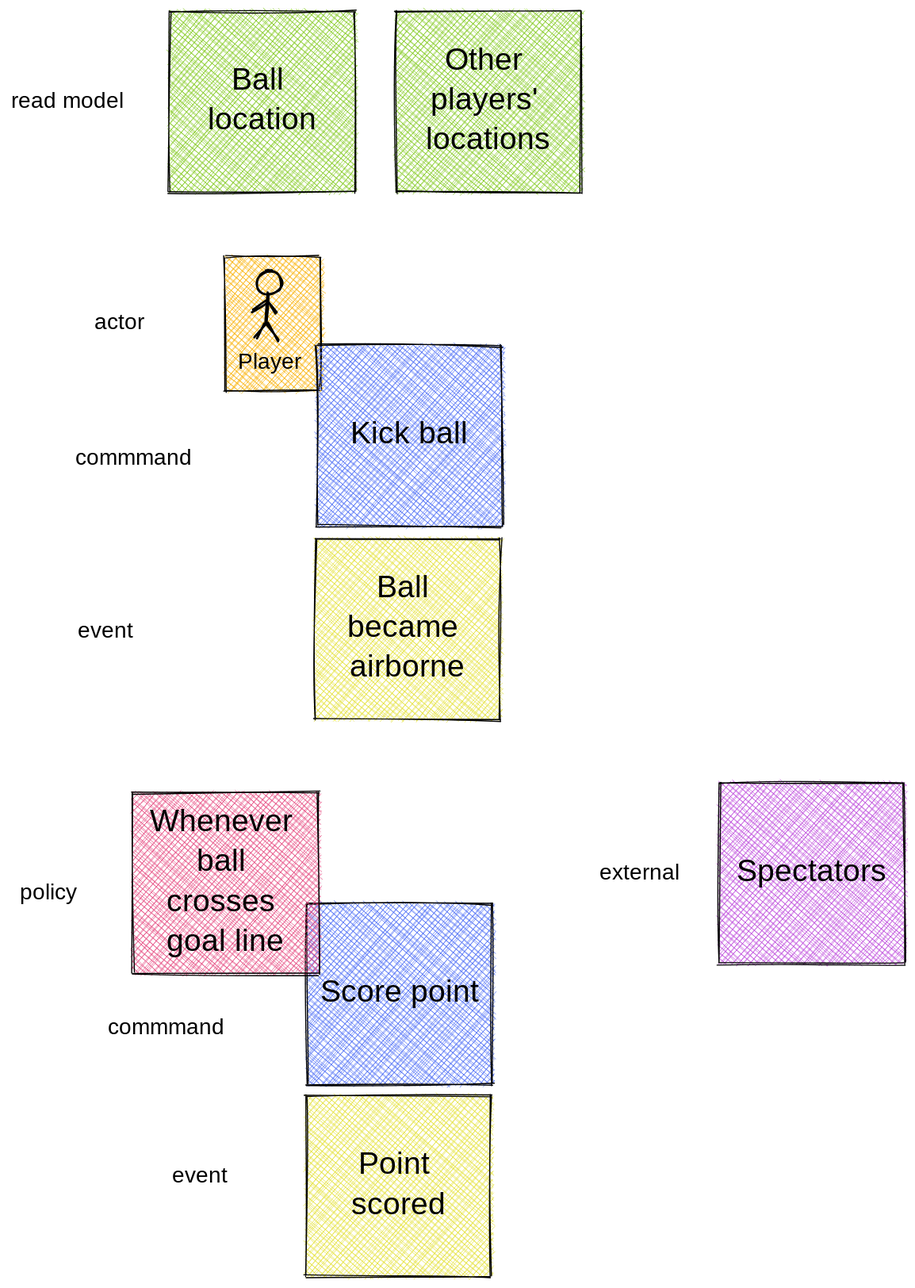
This is graphics/svg/event-storming-excalidraw.svg from jypma/LB3212-services, a Excalidraw export, as it was before one commit. Source tidied: one line per element, renumbered; positions are measured from the earlier drawing's top-left corner, leaving out a move shared by most shapes. The source it was exported from:
```json
{"id": 0, "type": "rectangle", "strokeColor": "#000000", "backgroundColor": "#fab005", "fillStyle": "cross-hatch", "strokeWidth": 1, "roughness": 1, "x": 193, "y": 221, "width": 86, "height": 121}
{"id": 1, "type": "rectangle", "strokeColor": "#000000", "backgroundColor": "#e4e138", "fillStyle": "cross-hatch", "strokeWidth": 1, "roughness": 1, "x": 274, "y": 475, "width": 167, "height": 163}
{"id": 2, "type": "text", "text": "Ball \nbecame \nairborne", "strokeColor": "#000000", "backgroundColor": "#fab005", "fillStyle": "cross-hatch", "strokeWidth": 1, "roughness": 1, "fontSize": 28, "fontFamily": 1, "textAlign": "center", "verticalAlign": "middle", "inside": 1, "x": 278, "y": 502, "width": 158, "height": 108}
{"id": 3, "type": "rectangle", "strokeColor": "#000000", "backgroundColor": "#4c6ef5", "fillStyle": "cross-hatch", "strokeWidth": 1, "roughness": 1, "x": 276, "y": 301, "width": 167, "height": 163}
{"id": 4, "type": "text", "text": "Kick ball", "strokeColor": "#000000", "backgroundColor": "#fab005", "fillStyle": "cross-hatch", "strokeWidth": 1, "roughness": 1, "fontSize": 28, "fontFamily": 1, "textAlign": "center", "verticalAlign": "middle", "inside": 3, "x": 302, "y": 364, "width": 115, "height": 36}
{"id": 5, "type": "ellipse", "strokeColor": "#000000", "strokeWidth": 2, "roughness": 1, "x": 221, "y": 234, "width": 23, "height": 21}
{"id": 6, "type": "line", "strokeColor": "#000000", "backgroundColor": "#ced4da", "fillStyle": "solid", "strokeWidth": 2, "roughness": 1, "x": 231, "y": 255, "width": 1, "height": 26, "points": [[0, 0], [-1, 26]]}
{"id": 7, "type": "line", "strokeColor": "#000000", "backgroundColor": "#ced4da", "fillStyle": "solid", "strokeWidth": 2, "roughness": 1, "x": 230, "y": 281, "width": 10, "height": 16, "points": [[0, 0], [10, 16]]}
{"id": 8, "type": "line", "strokeColor": "#000000", "backgroundColor": "#ced4da", "fillStyle": "solid", "strokeWidth": 2, "roughness": 1, "x": 229, "y": 281, "width": 10, "height": 14, "points": [[0, 0], [-10, 14]]}
{"id": 9, "type": "line", "strokeColor": "#000000", "backgroundColor": "#ced4da", "fillStyle": "solid", "strokeWidth": 2, "roughness": 1, "x": 217, "y": 270, "width": 13, "height": 9, "points": [[0, 0], [13, -9]]}
{"id": 10, "type": "line", "strokeColor": "#000000", "backgroundColor": "#ced4da", "fillStyle": "solid", "strokeWidth": 2, "roughness": 1, "x": 231, "y": 261, "width": 8, "height": 11, "points": [[0, 0], [8, 11]]}
{"id": 11, "type": "text", "text": "Player", "strokeColor": "#000000", "backgroundColor": "#e4e138", "fillStyle": "cross-hatch", "strokeWidth": 1, "roughness": 1, "fontSize": 20, "fontFamily": 1, "x": 204, "y": 304, "width": 63, "height": 26}
{"id": 12, "type": "rectangle", "strokeColor": "#000000", "backgroundColor": "#82c91e", "fillStyle": "cross-hatch", "strokeWidth": 1, "roughness": 1, "x": 142, "y": 0, "width": 167, "height": 163}
{"id": 13, "type": "text", "text": "Ball \nlocation", "strokeColor": "#000000", "backgroundColor": "#fab005", "fillStyle": "cross-hatch", "strokeWidth": 1, "roughness": 1, "fontSize": 28, "fontFamily": 1, "textAlign": "center", "verticalAlign": "middle", "inside": 12, "x": 172, "y": 46, "width": 108, "height": 72}
{"id": 14, "type": "rectangle", "strokeColor": "#000000", "backgroundColor": "#82c91e", "fillStyle": "cross-hatch", "strokeWidth": 1, "roughness": 1, "x": 346, "y": 0, "width": 167, "height": 163}
{"id": 15, "type": "text", "text": "Other \nplayers' \nlocations", "strokeColor": "#000000", "backgroundColor": "#fab005", "fillStyle": "cross-hatch", "strokeWidth": 1, "roughness": 1, "fontSize": 28, "fontFamily": 1, "textAlign": "center", "verticalAlign": "middle", "inside": 14, "x": 368, "y": 28, "width": 123, "height": 108}
{"id": 16, "type": "rectangle", "strokeColor": "#000000", "backgroundColor": "#be4bdb", "fillStyle": "cross-hatch", "strokeWidth": 1, "roughness": 1, "x": 638, "y": 695, "width": 167, "height": 163}
{"id": 17, "type": "rectangle", "strokeColor": "#000000", "backgroundColor": "#e4e138", "fillStyle": "cross-hatch", "strokeWidth": 1, "roughness": 1, "x": 266, "y": 977, "width": 167, "height": 163}
{"id": 18, "type": "text", "text": "Point \nscored", "strokeColor": "#000000", "backgroundColor": "#fab005", "fillStyle": "cross-hatch", "strokeWidth": 1, "roughness": 1, "fontSize": 28, "fontFamily": 1, "textAlign": "center", "verticalAlign": "middle", "inside": 17, "x": 304, "y": 1022, "width": 90, "height": 72}
{"id": 19, "type": "rectangle", "strokeColor": "#000000", "backgroundColor": "#4c6ef5", "fillStyle": "cross-hatch", "strokeWidth": 1, "roughness": 1, "x": 266, "y": 804, "width": 167, "height": 163}
{"id": 20, "type": "text", "text": "Score point", "strokeColor": "#000000", "backgroundColor": "#fab005", "fillStyle": "cross-hatch", "strokeWidth": 1, "roughness": 1, "fontSize": 28, "fontFamily": 1, "textAlign": "center", "verticalAlign": "middle", "inside": 19, "x": 273, "y": 868, "width": 154, "height": 36}
{"id": 21, "type": "rectangle", "strokeColor": "#000000", "backgroundColor": "#e64980", "fillStyle": "cross-hatch", "strokeWidth": 1, "roughness": 1, "x": 110, "y": 704, "width": 168, "height": 163}
{"id": 22, "type": "text", "text": "Spectators", "strokeColor": "#000000", "backgroundColor": "#fab005", "fillStyle": "cross-hatch", "strokeWidth": 1, "roughness": 1, "fontSize": 28, "fontFamily": 1, "textAlign": "center", "verticalAlign": "middle", "inside": 16, "x": 644, "y": 758, "width": 155, "height": 36}
{"id": 23, "type": "text", "text": "read model", "strokeColor": "#000000", "backgroundColor": "#be4bdb", "fillStyle": "cross-hatch", "strokeWidth": 1, "roughness": 1, "fontSize": 20, "fontFamily": 1, "x": 0, "y": 69, "width": 108, "height": 26}
{"id": 24, "type": "text", "text": "commmand", "strokeColor": "#000000", "backgroundColor": "#be4bdb", "fillStyle": "cross-hatch", "strokeWidth": 1, "roughness": 1, "fontSize": 20, "fontFamily": 1, "x": 58, "y": 390, "width": 95, "height": 26}
{"id": 25, "type": "text", "text": "commmand", "strokeColor": "#000000", "backgroundColor": "#be4bdb", "fillStyle": "cross-hatch", "strokeWidth": 1, "roughness": 1, "fontSize": 20, "fontFamily": 1, "x": 87, "y": 903, "width": 95, "height": 26}
{"id": 26, "type": "text", "text": "event", "strokeColor": "#000000", "backgroundColor": "#be4bdb", "fillStyle": "cross-hatch", "strokeWidth": 1, "roughness": 1, "fontSize": 20, "fontFamily": 1, "x": 60, "y": 546, "width": 55, "height": 26}
{"id": 27, "type": "text", "text": "external", "strokeColor": "#000000", "backgroundColor": "#be4bdb", "fillStyle": "cross-hatch", "strokeWidth": 1, "roughness": 1, "fontSize": 20, "fontFamily": 1, "x": 530, "y": 764, "width": 83, "height": 26}
{"id": 28, "type": "text", "text": "actor", "strokeColor": "#000000", "backgroundColor": "#be4bdb", "fillStyle": "cross-hatch", "strokeWidth": 1, "roughness": 1, "fontSize": 20, "fontFamily": 1, "x": 75, "y": 268, "width": 56, "height": 26}
{"id": 29, "type": "text", "text": "event", "strokeColor": "#000000", "backgroundColor": "#be4bdb", "fillStyle": "cross-hatch", "strokeWidth": 1, "roughness": 1, "fontSize": 20, "fontFamily": 1, "x": 145, "y": 1037, "width": 55, "height": 26}
{"id": 30, "type": "text", "text": "policy", "strokeColor": "#000000", "backgroundColor": "#be4bdb", "fillStyle": "cross-hatch", "strokeWidth": 1, "roughness": 1, "fontSize": 20, "fontFamily": 1, "x": 8, "y": 782, "width": 52, "height": 26}
{"id": 31, "type": "text", "text": "Whenever \nball \ncrosses \ngoal line", "strokeColor": "#000000", "backgroundColor": "#fab005", "fillStyle": "cross-hatch", "strokeWidth": 1, "roughness": 1, "fontSize": 28, "fontFamily": 1, "textAlign": "center", "verticalAlign": "middle", "inside": 21, "x": 126, "y": 714, "width": 135, "height": 144}
```
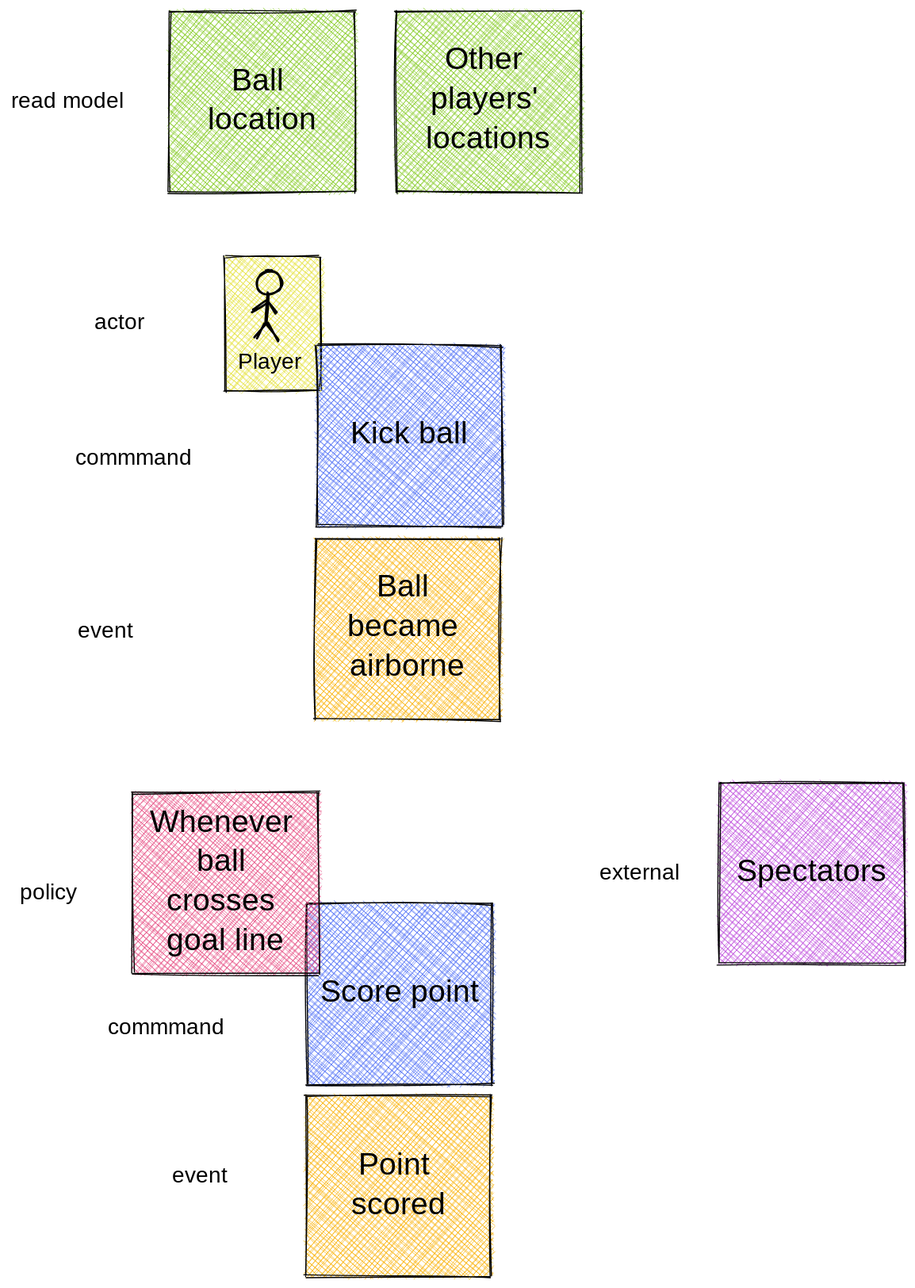
After the change.

Commit message:
Fix colors on event storming example

To match practical post-it colors

Diff of the diagram source:
```diff
@@ -1,6 +1,6 @@
-{"id": 0, "type": "rectangle", "strokeColor": "#000000", "backgroundColor": "#fab005", "fillStyle": "cross-hatch", "strokeWidth": 1, "roughness": 1, "x": 193, "y": 221, "width": 86, "height": 121}
+{"id": 0, "type": "rectangle", "strokeColor": "#000000", "backgroundColor": "#e4e138", "fillStyle": "cross-hatch", "strokeWidth": 1, "roughness": 1, "x": 193, "y": 221, "width": 86, "height": 121}
-{"id": 1, "type": "rectangle", "strokeColor": "#000000", "backgroundColor": "#e4e138", "fillStyle": "cross-hatch", "strokeWidth": 1, "roughness": 1, "x": 274, "y": 475, "width": 167, "height": 163}
+{"id": 1, "type": "rectangle", "strokeColor": "#000000", "backgroundColor": "#fab005", "fillStyle": "cross-hatch", "strokeWidth": 1, "roughness": 1, "x": 274, "y": 475, "width": 167, "height": 163}
-{"id": 2, "type": "text", "text": "Ball \nbecame \nairborne", "strokeColor": "#000000", "backgroundColor": "#fab005", "fillStyle": "cross-hatch", "strokeWidth": 1, "roughness": 1, "fontSize": 28, "fontFamily": 1, "textAlign": "center", "verticalAlign": "middle", "inside": 1, "x": 278, "y": 502, "width": 158, "height": 108}
+{"id": 2, "type": "text", "text": "Ball \nbecame \nairborne", "strokeColor": "#000000", "backgroundColor": "#fab005", "fillStyle": "cross-hatch", "strokeWidth": 1, "roughness": 1, "fontSize": 28, "fontFamily": 1, "textAlign": "center", "verticalAlign": "middle", "inside": 1, "x": 302, "y": 502, "width": 110, "height": 107}
 {"id": 3, "type": "rectangle", "strokeColor": "#000000", "backgroundColor": "#4c6ef5", "fillStyle": "cross-hatch", "strokeWidth": 1, "roughness": 1, "x": 276, "y": 301, "width": 167, "height": 163}
 {"id": 4, "type": "text", "text": "Kick ball", "strokeColor": "#000000", "backgroundColor": "#fab005", "fillStyle": "cross-hatch", "strokeWidth": 1, "roughness": 1, "fontSize": 28, "fontFamily": 1, "textAlign": "center", "verticalAlign": "middle", "inside": 3, "x": 302, "y": 364, "width": 115, "height": 36}
 {"id": 5, "type": "ellipse", "strokeColor": "#000000", "strokeWidth": 2, "roughness": 1, "x": 221, "y": 234, "width": 23, "height": 21}
@@ -11,12 +11,12 @@
 {"id": 10, "type": "line", "strokeColor": "#000000", "backgroundColor": "#ced4da", "fillStyle": "solid", "strokeWidth": 2, "roughness": 1, "x": 231, "y": 261, "width": 8, "height": 11, "points": [[0, 0], [8, 11]]}
 {"id": 11, "type": "text", "text": "Player", "strokeColor": "#000000", "backgroundColor": "#e4e138", "fillStyle": "cross-hatch", "strokeWidth": 1, "roughness": 1, "fontSize": 20, "fontFamily": 1, "x": 204, "y": 304, "width": 63, "height": 26}
 {"id": 12, "type": "rectangle", "strokeColor": "#000000", "backgroundColor": "#82c91e", "fillStyle": "cross-hatch", "strokeWidth": 1, "roughness": 1, "x": 142, "y": 0, "width": 167, "height": 163}
-{"id": 13, "type": "text", "text": "Ball \nlocation", "strokeColor": "#000000", "backgroundColor": "#fab005", "fillStyle": "cross-hatch", "strokeWidth": 1, "roughness": 1, "fontSize": 28, "fontFamily": 1, "textAlign": "center", "verticalAlign": "middle", "inside": 12, "x": 172, "y": 46, "width": 108, "height": 72}
+{"id": 13, "type": "text", "text": "Ball \nlocation", "strokeColor": "#000000", "backgroundColor": "#fab005", "fillStyle": "cross-hatch", "strokeWidth": 1, "roughness": 1, "fontSize": 28, "fontFamily": 1, "textAlign": "center", "verticalAlign": "middle", "inside": 12, "x": 172, "y": 46, "width": 108, "height": 71}
 {"id": 14, "type": "rectangle", "strokeColor": "#000000", "backgroundColor": "#82c91e", "fillStyle": "cross-hatch", "strokeWidth": 1, "roughness": 1, "x": 346, "y": 0, "width": 167, "height": 163}
-{"id": 15, "type": "text", "text": "Other \nplayers' \nlocations", "strokeColor": "#000000", "backgroundColor": "#fab005", "fillStyle": "cross-hatch", "strokeWidth": 1, "roughness": 1, "fontSize": 28, "fontFamily": 1, "textAlign": "center", "verticalAlign": "middle", "inside": 14, "x": 368, "y": 28, "width": 123, "height": 108}
+{"id": 15, "type": "text", "text": "Other \nplayers' \nlocations", "strokeColor": "#000000", "backgroundColor": "#fab005", "fillStyle": "cross-hatch", "strokeWidth": 1, "roughness": 1, "fontSize": 28, "fontFamily": 1, "textAlign": "center", "verticalAlign": "middle", "inside": 14, "x": 368, "y": 28, "width": 123, "height": 107}
 {"id": 16, "type": "rectangle", "strokeColor": "#000000", "backgroundColor": "#be4bdb", "fillStyle": "cross-hatch", "strokeWidth": 1, "roughness": 1, "x": 638, "y": 695, "width": 167, "height": 163}
-{"id": 17, "type": "rectangle", "strokeColor": "#000000", "backgroundColor": "#e4e138", "fillStyle": "cross-hatch", "strokeWidth": 1, "roughness": 1, "x": 266, "y": 977, "width": 167, "height": 163}
+{"id": 17, "type": "rectangle", "strokeColor": "#000000", "backgroundColor": "#fab005", "fillStyle": "cross-hatch", "strokeWidth": 1, "roughness": 1, "x": 266, "y": 977, "width": 167, "height": 163}
-{"id": 18, "type": "text", "text": "Point \nscored", "strokeColor": "#000000", "backgroundColor": "#fab005", "fillStyle": "cross-hatch", "strokeWidth": 1, "roughness": 1, "fontSize": 28, "fontFamily": 1, "textAlign": "center", "verticalAlign": "middle", "inside": 17, "x": 304, "y": 1022, "width": 90, "height": 72}
+{"id": 18, "type": "text", "text": "Point \nscored", "strokeColor": "#000000", "backgroundColor": "#fab005", "fillStyle": "cross-hatch", "strokeWidth": 1, "roughness": 1, "fontSize": 28, "fontFamily": 1, "textAlign": "center", "verticalAlign": "middle", "inside": 17, "x": 304, "y": 1022, "width": 90, "height": 71}
 {"id": 19, "type": "rectangle", "strokeColor": "#000000", "backgroundColor": "#4c6ef5", "fillStyle": "cross-hatch", "strokeWidth": 1, "roughness": 1, "x": 266, "y": 804, "width": 167, "height": 163}
 {"id": 20, "type": "text", "text": "Score point", "strokeColor": "#000000", "backgroundColor": "#fab005", "fillStyle": "cross-hatch", "strokeWidth": 1, "roughness": 1, "fontSize": 28, "fontFamily": 1, "textAlign": "center", "verticalAlign": "middle", "inside": 19, "x": 273, "y": 868, "width": 154, "height": 36}
 {"id": 21, "type": "rectangle", "strokeColor": "#000000", "backgroundColor": "#e64980", "fillStyle": "cross-hatch", "strokeWidth": 1, "roughness": 1, "x": 110, "y": 704, "width": 168, "height": 163}
@@ -29,4 +29,4 @@
 {"id": 28, "type": "text", "text": "actor", "strokeColor": "#000000", "backgroundColor": "#be4bdb", "fillStyle": "cross-hatch", "strokeWidth": 1, "roughness": 1, "fontSize": 20, "fontFamily": 1, "x": 75, "y": 268, "width": 56, "height": 26}
 {"id": 29, "type": "text", "text": "event", "strokeColor": "#000000", "backgroundColor": "#be4bdb", "fillStyle": "cross-hatch", "strokeWidth": 1, "roughness": 1, "fontSize": 20, "fontFamily": 1, "x": 145, "y": 1037, "width": 55, "height": 26}
 {"id": 30, "type": "text", "text": "policy", "strokeColor": "#000000", "backgroundColor": "#be4bdb", "fillStyle": "cross-hatch", "strokeWidth": 1, "roughness": 1, "fontSize": 20, "fontFamily": 1, "x": 8, "y": 782, "width": 52, "height": 26}
-{"id": 31, "type": "text", "text": "Whenever \nball \ncrosses \ngoal line", "strokeColor": "#000000", "backgroundColor": "#fab005", "fillStyle": "cross-hatch", "strokeWidth": 1, "roughness": 1, "fontSize": 28, "fontFamily": 1, "textAlign": "center", "verticalAlign": "middle", "inside": 21, "x": 126, "y": 714, "width": 135, "height": 144}
+{"id": 31, "type": "text", "text": "Whenever \nball \ncrosses \ngoal line", "strokeColor": "#000000", "backgroundColor": "#fab005", "fillStyle": "cross-hatch", "strokeWidth": 1, "roughness": 1, "fontSize": 28, "fontFamily": 1, "textAlign": "center", "verticalAlign": "middle", "inside": 21, "x": 126, "y": 714, "width": 135, "height": 142}
```
